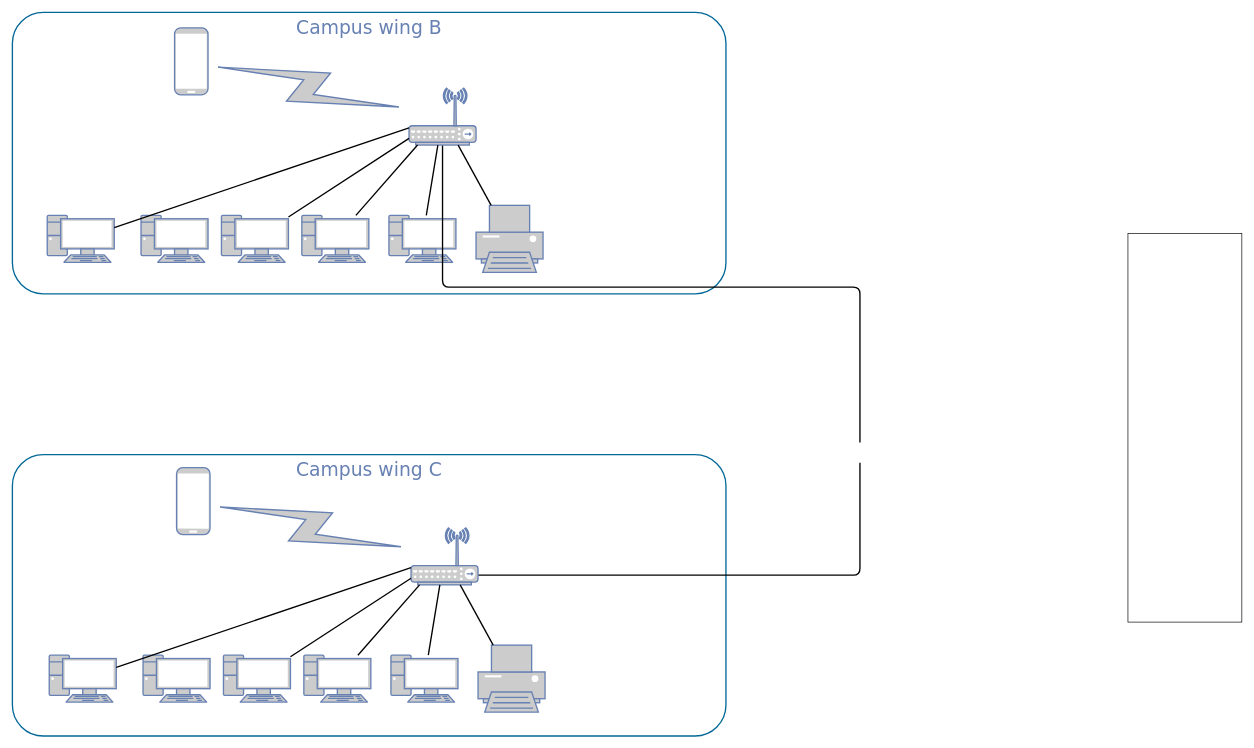
wnader52/springboot-employee-rest-api keeps this draw.io diagram as documents/Untitled Diagram.drawio. Above is the earlier version. Source tidied: cells renumbered, new cells numbered last; positions are measured from the earlier drawing's top-left corner, leaving out a move shared by most shapes. Both pictures are drawn from the tidied source at 67%, with x=0, y=0 at pixel (12, 12). Pictures stored in the file or linked from it are replaced by grey dashed boxes.
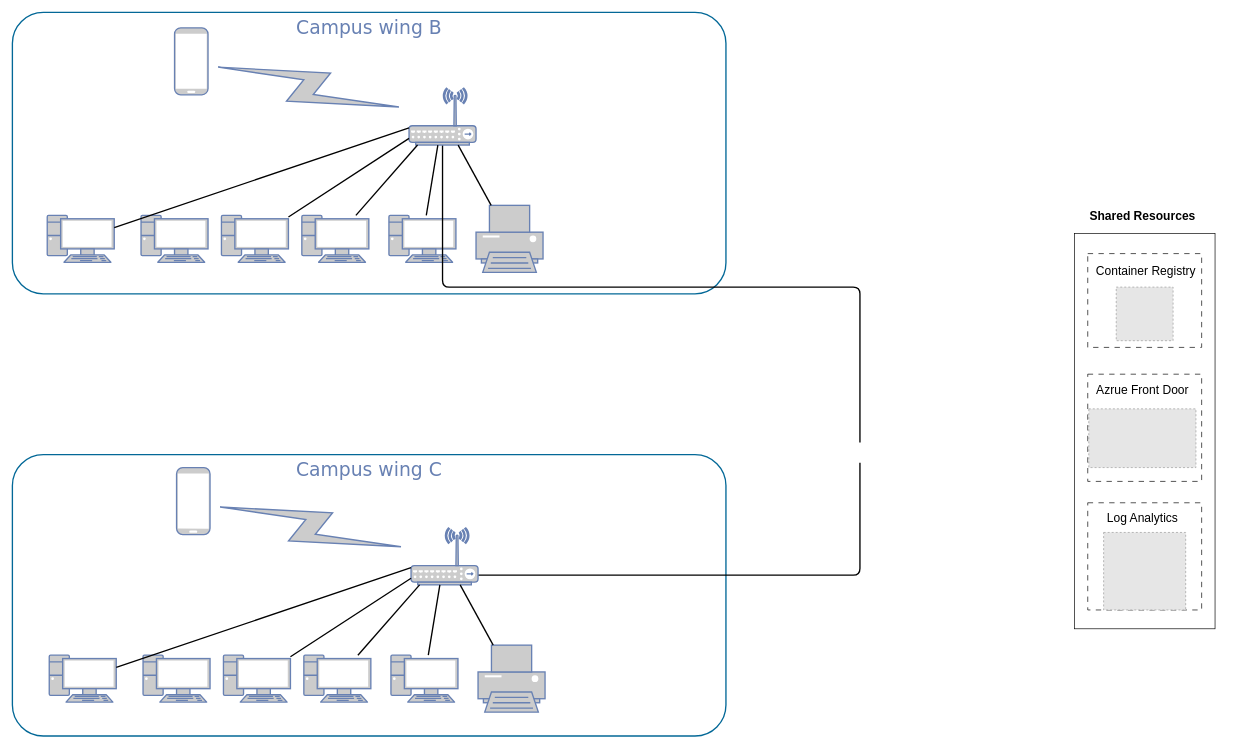
The same page after the edit.

The edit, as a diff of the source:
```diff
@@
     <mxCell id="34" style="rounded=0;whiteSpace=wrap;html=1;" parent="1" vertex="1">
-      <mxGeometry x="1665" y="330" width="170" height="580" as="geometry" />
+      <mxGeometry x="1585" y="330" width="210" height="590" as="geometry" />
     </mxCell>
+    <mxCell id="35" value="&lt;font style=&quot;font-size: 18px;&quot;&gt;&lt;b&gt;Shared Resources&lt;/b&gt;&lt;/font&gt;" style="text;html=1;align=center;verticalAlign=middle;whiteSpace=wrap;rounded=0;" parent="1" vertex="1">
+      <mxGeometry x="1596.5" y="280" width="180" height="48" as="geometry" />
+    </mxCell>
+    <mxCell id="36" style="rounded=0;whiteSpace=wrap;html=1;dashed=1;dashPattern=8 8;" parent="1" vertex="1">
+      <mxGeometry x="1605" y="360" width="170" height="140" as="geometry" />
+    </mxCell>
+    <mxCell id="37" style="fillColor=#E6E6E6;strokeColor=#999999;dashed=1;verticalLabelPosition=bottom;labelBackgroundColor=default;verticalAlign=top;" parent="1" vertex="1">
+      <mxGeometry x="1647.5" y="410" width="84.9" height="80" as="geometry" />
+    </mxCell>
+    <mxCell id="38" value="&lt;font style=&quot;font-size: 18px;&quot;&gt;Container Registry&lt;/font&gt;" style="text;html=1;align=center;verticalAlign=middle;whiteSpace=wrap;rounded=0;" parent="1" vertex="1">
+      <mxGeometry x="1601.5" y="362" width="180" height="48" as="geometry" />
+    </mxCell>
+    <mxCell id="39" style="rounded=0;whiteSpace=wrap;html=1;dashed=1;dashPattern=8 8;" parent="1" vertex="1">
+      <mxGeometry x="1605" y="540" width="170" height="160" as="geometry" />
+    </mxCell>
+    <mxCell id="40" value="&lt;font style=&quot;font-size: 18px;&quot;&gt;Azrue Front Door&lt;/font&gt;" style="text;html=1;align=center;verticalAlign=middle;whiteSpace=wrap;rounded=0;" parent="1" vertex="1">
+      <mxGeometry x="1591.5" y="540" width="190" height="48" as="geometry" />
+    </mxCell>
+    <mxCell id="41" style="fillColor=#E6E6E6;strokeColor=#999999;dashed=1;verticalLabelPosition=bottom;labelBackgroundColor=default;verticalAlign=top;" parent="1" vertex="1">
+      <mxGeometry x="1606.5" y="591.7" width="160" height="87.7" as="geometry" />
+    </mxCell>
+    <mxCell id="42" style="rounded=0;whiteSpace=wrap;html=1;dashed=1;dashPattern=8 8;" parent="1" vertex="1">
+      <mxGeometry x="1605" y="731.9" width="170" height="160" as="geometry" />
+    </mxCell>
+    <mxCell id="43" style="fillColor=#E6E6E6;strokeColor=#999999;dashed=1;verticalLabelPosition=bottom;labelBackgroundColor=default;verticalAlign=top;" parent="1" vertex="1">
+      <mxGeometry x="1628.7" y="776.2" width="122.5" height="115.7" as="geometry" />
+    </mxCell>
+    <mxCell id="44" value="&lt;font style=&quot;font-size: 18px;&quot;&gt;Log Analytics&lt;/font&gt;" style="text;html=1;align=center;verticalAlign=middle;whiteSpace=wrap;rounded=0;" parent="1" vertex="1">
+      <mxGeometry x="1591.5" y="731.4" width="190" height="48" as="geometry" />
+    </mxCell>
```
